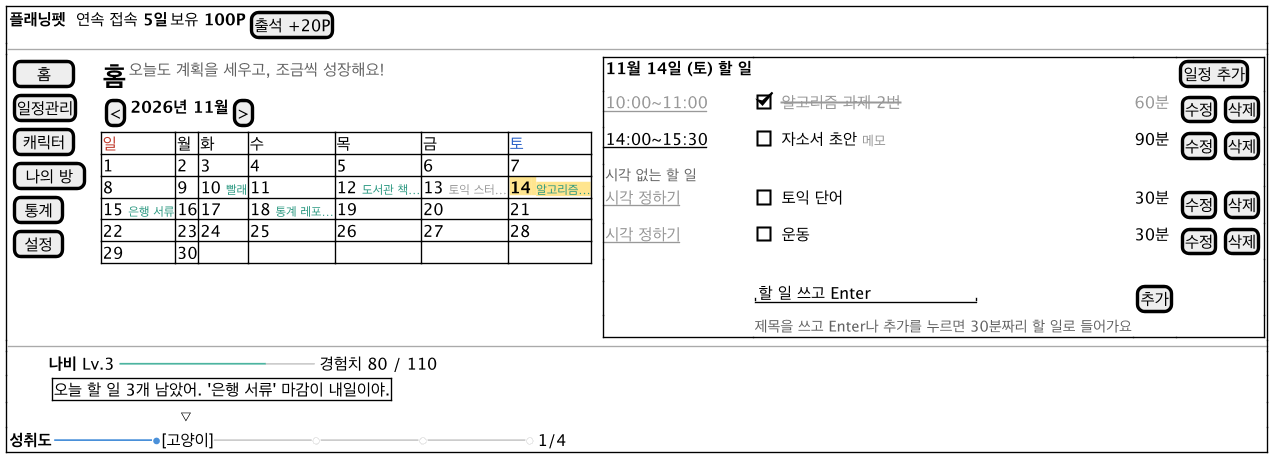
Before: docs/diagrams/ui-main.png, a diagram exported from PlantUML (2026-2-software-system-design-11/planning-pet-app).
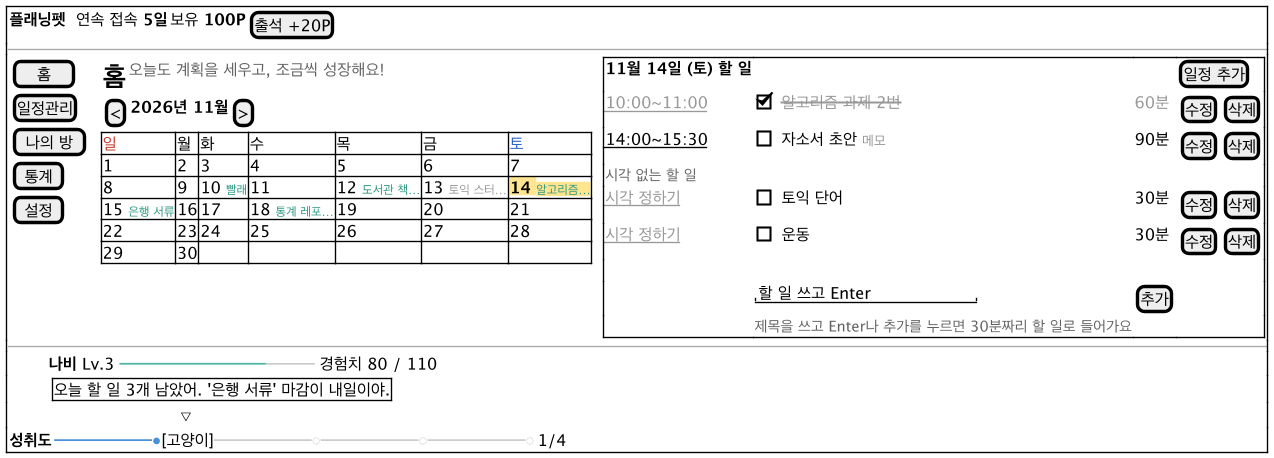
After the change.

What changed in the source:
```diff
@@ -7,7 +7,6 @@
     {
       [  홈  ]
       [일정관리]
-      [ 캐릭터 ]
       [ 나의 방 ]
       [ 통계 ]
       [ 설정 ]
```
